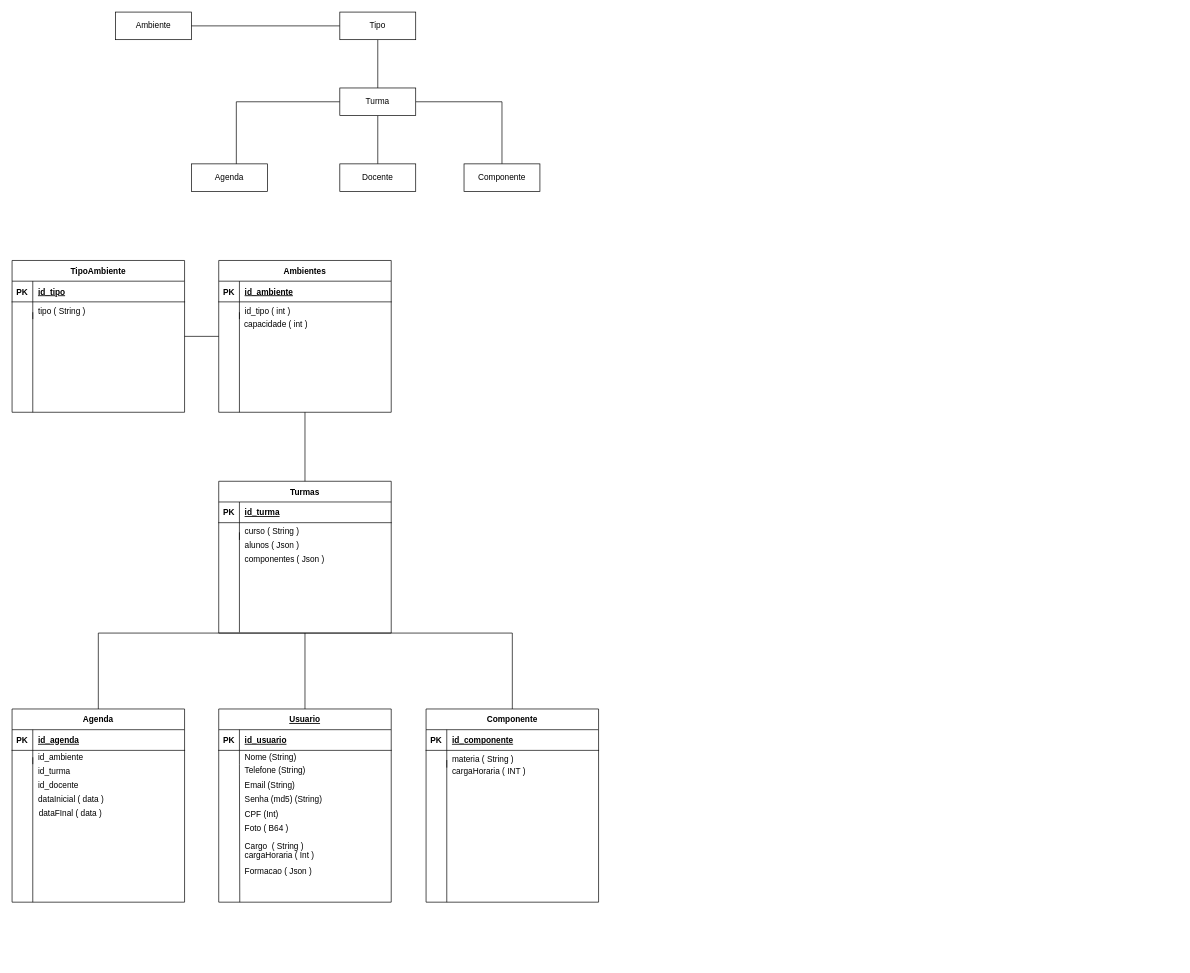
The draw.io diagram Requisitos/DER.drawio in daniloafalcirolli/Master, before the edit. Source tidied: cells renumbered, new cells numbered last; positions are measured from the earlier drawing's top-left corner, leaving out a move shared by most shapes. Both pictures are drawn from the tidied source at 69%, with x=0, y=0 at pixel (12, 12).
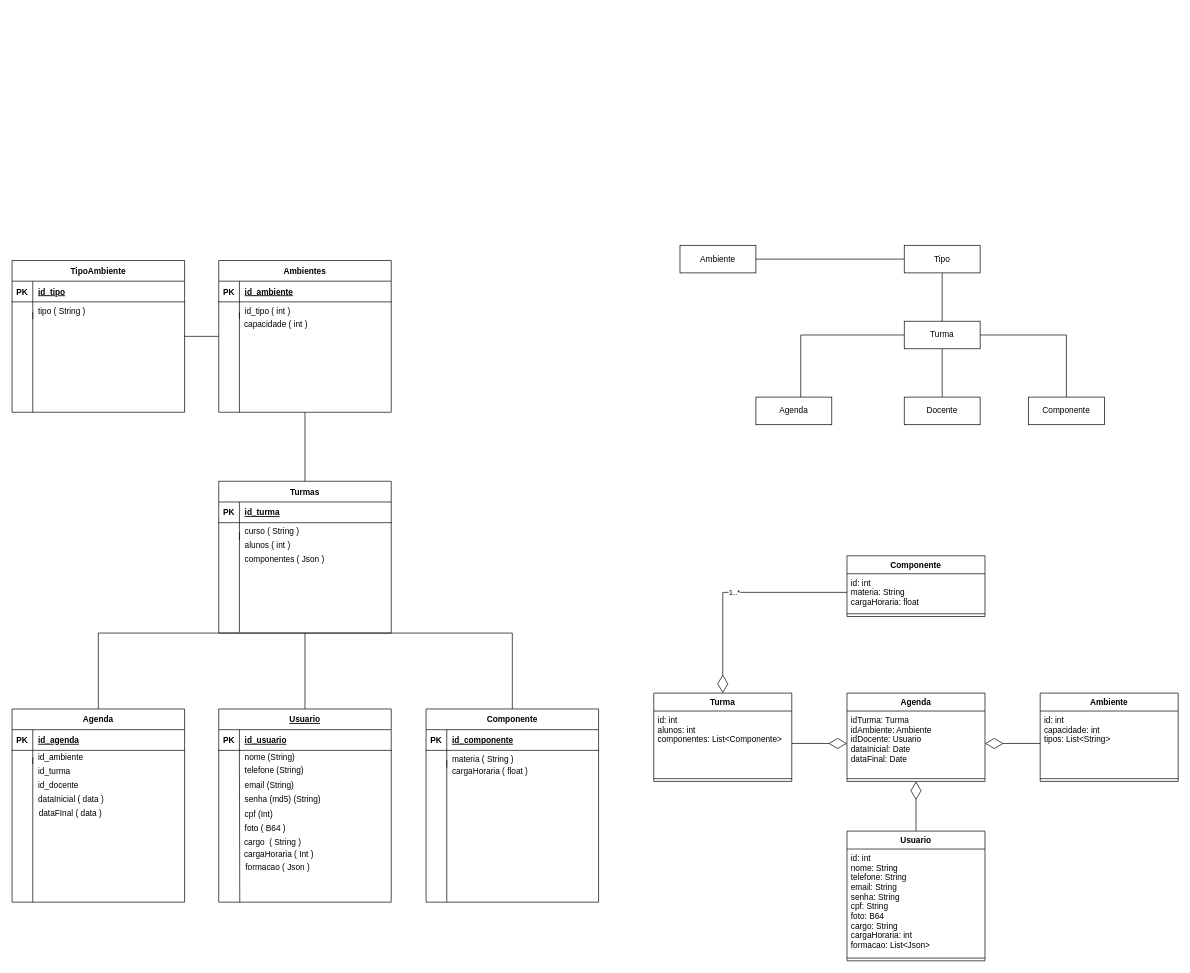
The same diagram, later.

Unchanged cells that the change refers to:
```xml
<mxCell id="6" style="shape=partialRectangle;fillColor=none;top=0;left=0;right=0;bottom=0;" parent="2" vertex="1">
  <mxGeometry y="60" width="250" height="20" as="geometry" />
</mxCell>
```

Change to the diagram source:
```diff
@@
-    <mxCell id="8" value="Nome (String) " style="shape=partialRectangle;overflow=hidden;fillColor=none;top=0;left=0;bottom=0;right=0;align=left;spacingLeft=6;" parent="6" vertex="1">
+    <mxCell id="8" value="nome (String) " style="shape=partialRectangle;overflow=hidden;fillColor=none;top=0;left=0;bottom=0;right=0;align=left;spacingLeft=6;" parent="6" vertex="1">
       <mxGeometry x="30" width="220" height="20" as="geometry" />
     </mxCell>
@@
-    <mxCell id="10" value="Telefone (String)" style="shape=partialRectangle;overflow=hidden;fillColor=none;top=0;left=0;bottom=0;right=0;align=left;spacingLeft=6;" parent="1" vertex="1">
+    <mxCell id="10" value="telefone (String)" style="shape=partialRectangle;overflow=hidden;fillColor=none;top=0;left=0;bottom=0;right=0;align=left;spacingLeft=6;" parent="1" vertex="1">
       <mxGeometry x="329.5" y="1089" width="220" height="20" as="geometry" />
     </mxCell>
-    <mxCell id="11" value="Email (String)" style="shape=partialRectangle;overflow=hidden;fillColor=none;top=0;left=0;bottom=0;right=0;align=left;spacingLeft=6;" parent="1" vertex="1">
+    <mxCell id="11" value="email (String)" style="shape=partialRectangle;overflow=hidden;fillColor=none;top=0;left=0;bottom=0;right=0;align=left;spacingLeft=6;" parent="1" vertex="1">
       <mxGeometry x="329.5" y="1110" width="220" height="20" as="geometry" />
     </mxCell>
-    <mxCell id="12" value="Senha (md5) (String)" style="shape=partialRectangle;overflow=hidden;fillColor=none;top=0;left=0;bottom=0;right=0;align=left;spacingLeft=6;" parent="1" vertex="1">
+    <mxCell id="12" value="senha (md5) (String)" style="shape=partialRectangle;overflow=hidden;fillColor=none;top=0;left=0;bottom=0;right=0;align=left;spacingLeft=6;" parent="1" vertex="1">
       <mxGeometry x="329.5" y="1131" width="220" height="20" as="geometry" />
     </mxCell>
-    <mxCell id="13" value="CPF (Int)" style="shape=partialRectangle;overflow=hidden;fillColor=none;top=0;left=0;bottom=0;right=0;align=left;spacingLeft=6;" parent="1" vertex="1">
+    <mxCell id="13" value="cpf (Int)" style="shape=partialRectangle;overflow=hidden;fillColor=none;top=0;left=0;bottom=0;right=0;align=left;spacingLeft=6;" parent="1" vertex="1">
       <mxGeometry x="329.5" y="1152" width="220" height="20" as="geometry" />
     </mxCell>
-    <mxCell id="14" value="Foto ( B64 )" style="shape=partialRectangle;overflow=hidden;fillColor=none;top=0;left=0;bottom=0;right=0;align=left;spacingLeft=6;" parent="1" vertex="1">
+    <mxCell id="14" value="foto ( B64 )" style="shape=partialRectangle;overflow=hidden;fillColor=none;top=0;left=0;bottom=0;right=0;align=left;spacingLeft=6;" parent="1" vertex="1">
       <mxGeometry x="329.5" y="1172" width="220" height="20" as="geometry" />
     </mxCell>
@@
-    <mxCell id="27" value="Cargo  ( String ) " style="shape=partialRectangle;overflow=hidden;fillColor=none;top=0;left=0;bottom=0;right=0;align=left;spacingLeft=6;" parent="1" vertex="1">
-      <mxGeometry x="329.5" y="1199" width="220" height="20" as="geometry" />
+    <mxCell id="27" value="cargo  ( String ) " style="shape=partialRectangle;overflow=hidden;fillColor=none;top=0;left=0;bottom=0;right=0;align=left;spacingLeft=6;" parent="1" vertex="1">
+      <mxGeometry x="328.5" y="1192" width="220" height="20" as="geometry" />
     </mxCell>
@@
     <mxCell id="33" value="Turma" style="rounded=0;whiteSpace=wrap;html=1;" parent="1" vertex="1">
-      <mxGeometry x="475" y="110" width="110" height="40" as="geometry" />
+      <mxGeometry x="1293" y="448" width="110" height="40" as="geometry" />
     </mxCell>
     <mxCell id="34" value="Ambiente" style="rounded=0;whiteSpace=wrap;html=1;" parent="1" vertex="1">
-      <mxGeometry x="150" width="110" height="40" as="geometry" />
+      <mxGeometry x="968" y="338" width="110" height="40" as="geometry" />
     </mxCell>
     <mxCell id="35" value="Componente" style="rounded=0;whiteSpace=wrap;html=1;" parent="1" vertex="1">
-      <mxGeometry x="655" y="220" width="110" height="40" as="geometry" />
+      <mxGeometry x="1473" y="558" width="110" height="40" as="geometry" />
     </mxCell>
     <mxCell id="36" value="Agenda" style="rounded=0;whiteSpace=wrap;html=1;" parent="1" vertex="1">
-      <mxGeometry x="260" y="220" width="110" height="40" as="geometry" />
+      <mxGeometry x="1078" y="558" width="110" height="40" as="geometry" />
     </mxCell>
     <mxCell id="37" value="Docente" style="rounded=0;whiteSpace=wrap;html=1;" parent="1" vertex="1">
-      <mxGeometry x="475" y="220" width="110" height="40" as="geometry" />
+      <mxGeometry x="1293" y="558" width="110" height="40" as="geometry" />
     </mxCell>
@@
     <mxCell id="39" value="Tipo" style="rounded=0;whiteSpace=wrap;html=1;" parent="1" vertex="1">
-      <mxGeometry x="475" width="110" height="40" as="geometry" />
+      <mxGeometry x="1293" y="338" width="110" height="40" as="geometry" />
     </mxCell>
     <mxCell id="40" value="cargaHoraria ( Int )" style="shape=partialRectangle;overflow=hidden;fillColor=none;top=0;left=0;bottom=0;right=0;align=left;spacingLeft=6;" parent="1" vertex="1">
-      <mxGeometry x="329.5" y="1211" width="220" height="20" as="geometry" />
+      <mxGeometry x="328.5" y="1210" width="220" height="20" as="geometry" />
     </mxCell>
-    <mxCell id="41" value="Formacao ( Json )" style="shape=partialRectangle;overflow=hidden;fillColor=none;top=0;left=0;bottom=0;right=0;align=left;spacingLeft=6;" parent="1" vertex="1">
-      <mxGeometry x="329.5" y="1235" width="220" height="20" as="geometry" />
+    <mxCell id="41" value="formacao ( Json )" style="shape=partialRectangle;overflow=hidden;fillColor=none;top=0;left=0;bottom=0;right=0;align=left;spacingLeft=6;" parent="1" vertex="1">
+      <mxGeometry x="330.5" y="1229" width="220" height="20" as="geometry" />
     </mxCell>
@@
-    <mxCell id="59" value="alunos ( Json )" style="shape=partialRectangle;overflow=hidden;fillColor=none;top=0;left=0;bottom=0;right=0;align=left;spacingLeft=6;" parent="1" vertex="1">
+    <mxCell id="59" value="alunos ( int )" style="shape=partialRectangle;overflow=hidden;fillColor=none;top=0;left=0;bottom=0;right=0;align=left;spacingLeft=6;" parent="1" vertex="1">
       <mxGeometry x="329.5" y="762" width="220" height="20" as="geometry" />
     </mxCell>
@@
-    <mxCell id="68" value="cargaHoraria ( INT ) " style="shape=partialRectangle;overflow=hidden;fillColor=none;top=0;left=0;bottom=0;right=0;align=left;spacingLeft=6;" parent="1" vertex="1">
+    <mxCell id="68" value="cargaHoraria ( float ) " style="shape=partialRectangle;overflow=hidden;fillColor=none;top=0;left=0;bottom=0;right=0;align=left;spacingLeft=6;" parent="1" vertex="1">
       <mxGeometry x="630" y="1090" width="220" height="20" as="geometry" />
     </mxCell>
@@
+    <mxCell id="83" value="Ambiente" style="swimlane;fontStyle=1;align=center;verticalAlign=top;horizontal=1;startSize=26;" parent="1" vertex="1">
+      <mxGeometry x="1490" y="987" width="200" height="128" as="geometry" />
+    </mxCell>
+    <mxCell id="84" value="id: int&#10;capacidade: int&#10;tipos: List&lt;String&gt;" style="text;strokeColor=none;fillColor=none;align=left;verticalAlign=top;spacingLeft=4;spacingRight=4;overflow=hidden;points=[[0,0.5],[1,0.5]];portConstraint=eastwest;" parent="83" vertex="1">
+      <mxGeometry y="26" width="200" height="94" as="geometry" />
+    </mxCell>
+    <mxCell id="85" style="line;strokeWidth=1;fillColor=none;align=left;verticalAlign=middle;spacingTop=-1;spacingLeft=3;spacingRight=3;labelPosition=right;" parent="83" vertex="1">
+      <mxGeometry y="120" width="200" height="8" as="geometry" />
+    </mxCell>
+    <mxCell id="86" value="Turma" style="swimlane;fontStyle=1;align=center;verticalAlign=top;horizontal=1;startSize=26;" parent="1" vertex="1">
+      <mxGeometry x="930" y="987" width="200" height="128" as="geometry" />
+    </mxCell>
+    <mxCell id="87" value="id: int&#10;alunos: int&#10;componentes: List&lt;Componente&gt;" style="text;strokeColor=none;fillColor=none;align=left;verticalAlign=top;spacingLeft=4;spacingRight=4;overflow=hidden;points=[[0,0.5],[1,0.5]];portConstraint=eastwest;" parent="86" vertex="1">
+      <mxGeometry y="26" width="200" height="94" as="geometry" />
+    </mxCell>
+    <mxCell id="88" style="line;strokeWidth=1;fillColor=none;align=left;verticalAlign=middle;spacingTop=-1;spacingLeft=3;spacingRight=3;labelPosition=right;" parent="86" vertex="1">
+      <mxGeometry y="120" width="200" height="8" as="geometry" />
+    </mxCell>
+    <mxCell id="89" value="Componente" style="swimlane;fontStyle=1;align=center;verticalAlign=top;horizontal=1;startSize=26;" parent="1" vertex="1">
+      <mxGeometry x="1210" y="788" width="200" height="88" as="geometry" />
+    </mxCell>
+    <mxCell id="90" value="id: int&#10;materia: String&#10;cargaHoraria: float" style="text;strokeColor=none;fillColor=none;align=left;verticalAlign=top;spacingLeft=4;spacingRight=4;overflow=hidden;points=[[0,0.5],[1,0.5]];portConstraint=eastwest;" parent="89" vertex="1">
+      <mxGeometry y="26" width="200" height="54" as="geometry" />
+    </mxCell>
+    <mxCell id="91" style="line;strokeWidth=1;fillColor=none;align=left;verticalAlign=middle;spacingTop=-1;spacingLeft=3;spacingRight=3;labelPosition=right;" parent="89" vertex="1">
+      <mxGeometry y="80" width="200" height="8" as="geometry" />
+    </mxCell>
+    <mxCell id="92" value="Agenda" style="swimlane;fontStyle=1;align=center;verticalAlign=top;horizontal=1;startSize=26;" parent="1" vertex="1">
+      <mxGeometry x="1210" y="987" width="200" height="128" as="geometry" />
+    </mxCell>
+    <mxCell id="93" value="idTurma: Turma&#10;idAmbiente: Ambiente&#10;idDocente: Usuario&#10;dataInicial: Date&#10;dataFinal: Date" style="text;strokeColor=none;fillColor=none;align=left;verticalAlign=top;spacingLeft=4;spacingRight=4;overflow=hidden;points=[[0,0.5],[1,0.5]];portConstraint=eastwest;" parent="92" vertex="1">
+      <mxGeometry y="26" width="200" height="94" as="geometry" />
+    </mxCell>
+    <mxCell id="94" style="line;strokeWidth=1;fillColor=none;align=left;verticalAlign=middle;spacingTop=-1;spacingLeft=3;spacingRight=3;labelPosition=right;" parent="92" vertex="1">
+      <mxGeometry y="120" width="200" height="8" as="geometry" />
+    </mxCell>
+    <mxCell id="95" value="Usuario" style="swimlane;fontStyle=1;align=center;verticalAlign=top;horizontal=1;startSize=26;" parent="1" vertex="1">
+      <mxGeometry x="1210" y="1187" width="200" height="188" as="geometry" />
+    </mxCell>
+    <mxCell id="96" value="id: int&#10;nome: String&#10;telefone: String&#10;email: String&#10;senha: String&#10;cpf: String&#10;foto: B64&#10;cargo: String&#10;cargaHoraria: int&#10;formacao: List&lt;Json&gt;" style="text;strokeColor=none;fillColor=none;align=left;verticalAlign=top;spacingLeft=4;spacingRight=4;overflow=hidden;" parent="95" vertex="1">
+      <mxGeometry y="26" width="200" height="154" as="geometry" />
+    </mxCell>
+    <mxCell id="97" style="line;strokeWidth=1;fillColor=none;align=left;verticalAlign=middle;spacingTop=-1;spacingLeft=3;spacingRight=3;labelPosition=right;" parent="95" vertex="1">
+      <mxGeometry y="180" width="200" height="8" as="geometry" />
+    </mxCell>
+    <mxCell id="98" value="1..*" style="endArrow=diamondThin;endFill=0;endSize=24;html=1;rounded=0;entryX=0.5;entryY=0;entryDx=0;entryDy=0;exitX=0;exitY=0.5;exitDx=0;exitDy=0;" parent="1" edge="1" source="90" target="86">
+      <mxGeometry relative="1" as="geometry">
+        <Array as="points">
+          <mxPoint x="1030" y="841" />
+        </Array>
+      </mxGeometry>
+    </mxCell>
+    <mxCell id="99" style="endArrow=diamondThin;endFill=0;endSize=24;html=1;rounded=0;entryX=1;entryY=0.5;entryDx=0;entryDy=0;exitX=0;exitY=0.5;exitDx=0;exitDy=0;" parent="1" edge="1" source="84" target="93">
+      <mxGeometry relative="1" as="geometry" />
+    </mxCell>
+    <mxCell id="100" style="endArrow=diamondThin;endFill=0;endSize=24;html=1;rounded=0;entryX=0;entryY=0.5;entryDx=0;entryDy=0;exitX=1;exitY=0.5;exitDx=0;exitDy=0;" parent="1" edge="1" source="87" target="93">
+      <mxGeometry relative="1" as="geometry" />
+    </mxCell>
+    <mxCell id="101" style="endArrow=diamondThin;endFill=0;endSize=24;html=1;rounded=0;exitX=0.5;exitY=0;exitDx=0;exitDy=0;entryX=0.5;entryY=1;entryDx=0;entryDy=0;" parent="1" edge="1" source="95" target="92">
+      <mxGeometry relative="1" as="geometry" />
+    </mxCell>
```
